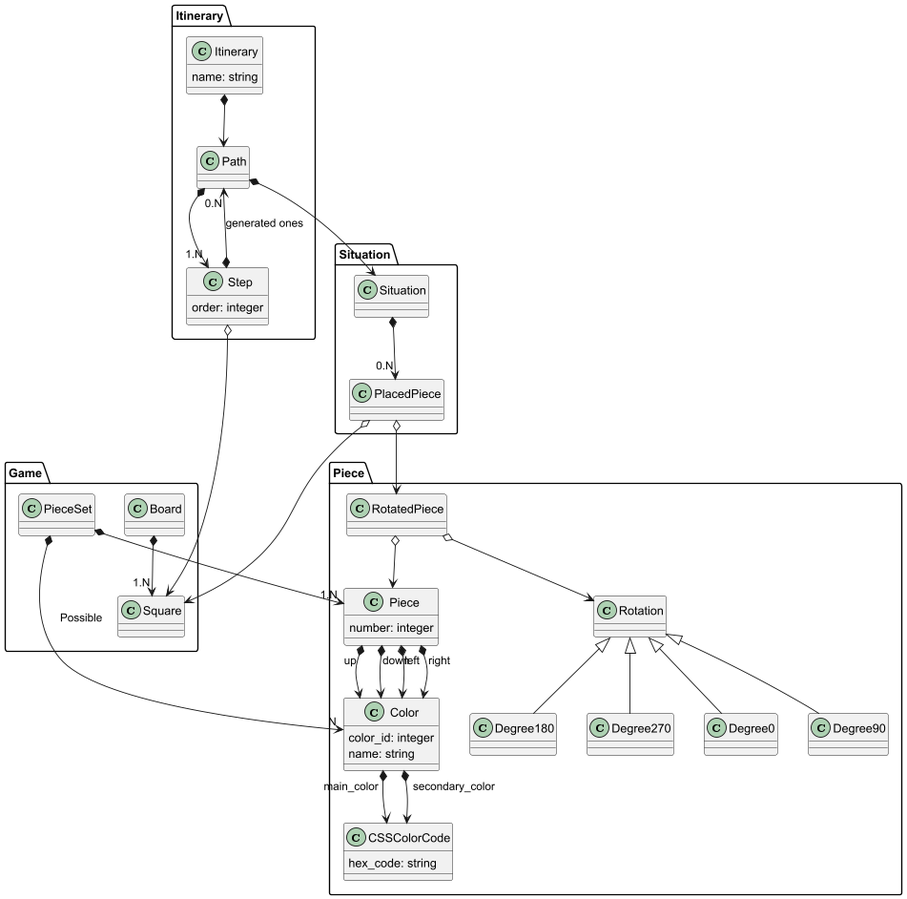
Earlier version of the PlantUML export doc/DomainModelDiagram/DomainModelDiagram.png (IgnacioMaestro/Eternity2).
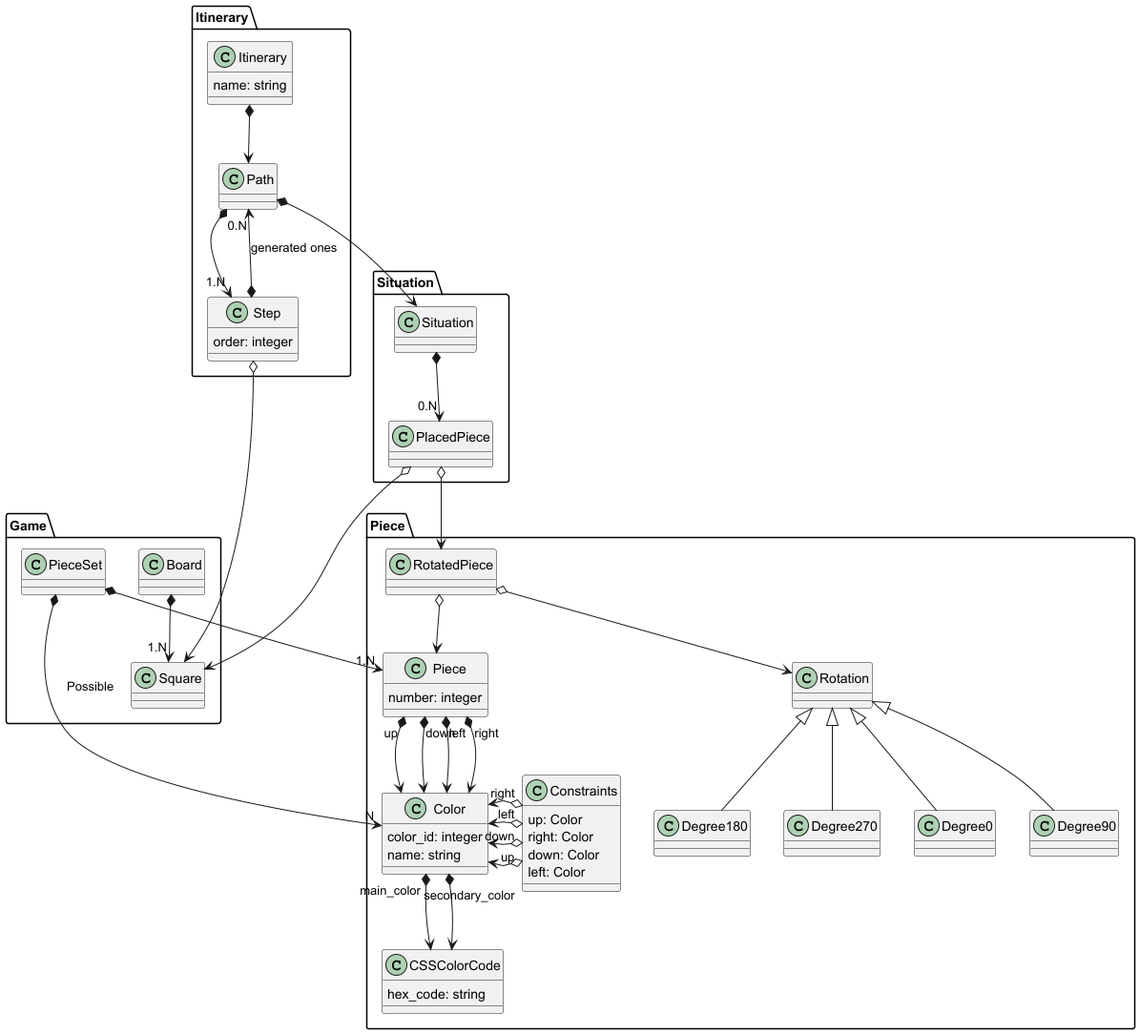
After the change.

Diff of the diagram source:
```diff
@@ -10,6 +10,17 @@
     class Piece {
         number: integer
     }
+
+    class Constraints {
+        up: Color
+        right: Color
+        down: Color
+        left: Color
+    }
+    Constraints "up" o-left-> Color
+    Constraints "down" o-left-> Color
+    Constraints "left" o-left-> Color
+    Constraints "right" o-left-> Color
 
     Color "main_color" *--> CSSColorCode
     Color "secondary_color" *--> CSSColorCode
```
